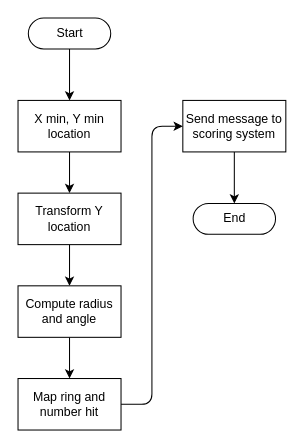
Earlier version of the draw.io diagram page "Map Dart Logic" (6 of 9) of imaging/documentation/Imaging_System_Schematics.drawio (kparlak/dart-scoring-system). Source tidied: cells renumbered, new cells numbered last; positions are measured from the earlier drawing's top-left corner, leaving out a move shared by most shapes. Both pictures are drawn from the tidied source at 103%, with x=0, y=0 at pixel (18, 18).
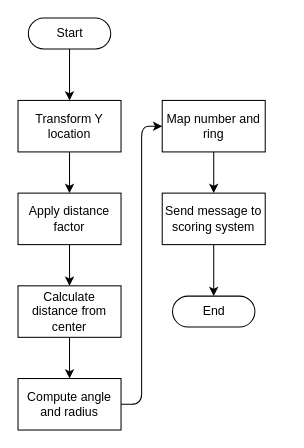
The same page after the edit.

Change to the diagram source:
```diff
@@
 <mxGraphModel>
   <root>
     <mxCell id="0" />
     <mxCell id="1" parent="0" />
-    <mxCell id="2" style="edgeStyle=orthogonalEdgeStyle;rounded=1;jettySize=auto;html=1;exitX=0.5;exitY=0.5;exitDx=0;exitDy=15;exitPerimeter=0;entryX=0.5;entryY=0;entryDx=0;entryDy=0;strokeColor=#000000;" parent="1" edge="1" source="3" target="5">
-      <mxGeometry relative="1" as="geometry" />
+    <mxCell id="2" style="edgeStyle=orthogonalEdgeStyle;rounded=1;jettySize=auto;html=1;exitX=0.5;exitY=0.5;exitDx=0;exitDy=15;exitPerimeter=0;entryX=0.5;entryY=0;entryDx=0;entryDy=0;strokeColor=#000000;" parent="1" edge="1" source="3">
+      <mxGeometry relative="1" as="geometry">
+        <mxPoint x="50" y="80" as="targetPoint" />
+      </mxGeometry>
     </mxCell>
     <mxCell id="3" value="Start" style="html=1;dashed=0;whitespace=wrap;shape=mxgraph.dfd.start;" parent="1" vertex="1">
       <mxGeometry x="10" width="80" height="30" as="geometry" />
     </mxCell>
-    <mxCell id="4" style="edgeStyle=orthogonalEdgeStyle;rounded=1;jettySize=auto;html=1;exitX=0.5;exitY=1;exitDx=0;exitDy=0;entryX=0.5;entryY=0;entryDx=0;entryDy=0;strokeColor=#000000;" parent="1" edge="1" source="5" target="7">
-      <mxGeometry relative="1" as="geometry" />
-    </mxCell>
-    <mxCell id="5" value="X min, Y min location" style="html=1;dashed=0;whitespace=wrap;whiteSpace=wrap;" parent="1" vertex="1">
-      <mxGeometry y="80" width="100" height="50" as="geometry" />
-    </mxCell>
-    <mxCell id="6" style="edgeStyle=orthogonalEdgeStyle;rounded=1;jettySize=auto;html=1;exitX=0.5;exitY=1;exitDx=0;exitDy=0;entryX=0.5;entryY=0;entryDx=0;entryDy=0;strokeColor=#000000;" parent="1" edge="1" source="7" target="9">
-      <mxGeometry relative="1" as="geometry" />
-    </mxCell>
+    <mxCell id="15" style="edgeStyle=orthogonalEdgeStyle;rounded=1;jettySize=auto;html=1;exitX=0.5;exitY=1;exitDx=0;exitDy=0;entryX=0.5;entryY=0;entryDx=0;entryDy=0;" parent="1" edge="1" source="7" target="17">
+      <mxGeometry relative="1" as="geometry" />
+    </mxCell>
     <mxCell id="7" value="Transform Y location" style="html=1;dashed=0;whitespace=wrap;whiteSpace=wrap;" parent="1" vertex="1">
-      <mxGeometry y="170" width="100" height="50" as="geometry" />
+      <mxGeometry y="80" width="100" height="50" as="geometry" />
     </mxCell>
-    <mxCell id="8" style="edgeStyle=orthogonalEdgeStyle;rounded=1;jettySize=auto;html=1;exitX=0.5;exitY=1;exitDx=0;exitDy=0;entryX=0.5;entryY=0;entryDx=0;entryDy=0;startArrow=none;startFill=0;endArrow=classic;endFill=1;strokeColor=#000000;fontSize=11;" parent="1" edge="1" source="9" target="14">
+    <mxCell id="8" style="edgeStyle=orthogonalEdgeStyle;rounded=1;jettySize=auto;html=1;entryX=0;entryY=0.5;entryDx=0;entryDy=0;exitX=1;exitY=0.5;exitDx=0;exitDy=0;" parent="1" edge="1" source="9" target="14">
       <mxGeometry relative="1" as="geometry" />
     </mxCell>
-    <mxCell id="9" value="Compute radius and angle" style="html=1;dashed=0;whitespace=wrap;whiteSpace=wrap;" parent="1" vertex="1">
-      <mxGeometry y="260" width="100" height="50" as="geometry" />
+    <mxCell id="9" value="Compute angle and radius" style="html=1;dashed=0;whitespace=wrap;whiteSpace=wrap;" parent="1" vertex="1">
+      <mxGeometry y="350" width="100" height="50" as="geometry" />
     </mxCell>
-    <mxCell id="10" style="edgeStyle=orthogonalEdgeStyle;rounded=1;jettySize=auto;html=1;exitX=0.5;exitY=1;exitDx=0;exitDy=0;entryX=0.5;entryY=0.5;entryDx=0;entryDy=-15;entryPerimeter=0;strokeColor=#000000;" parent="1" edge="1" source="11" target="12">
+    <mxCell id="10" style="edgeStyle=orthogonalEdgeStyle;rounded=1;jettySize=auto;html=1;exitX=0.5;exitY=1;exitDx=0;exitDy=0;entryX=0.5;entryY=0.5;entryDx=0;entryDy=-15;entryPerimeter=0;" parent="1" edge="1" source="11" target="12">
       <mxGeometry relative="1" as="geometry" />
     </mxCell>
     <mxCell id="11" value="Send message to scoring system" style="html=1;dashed=0;whitespace=wrap;whiteSpace=wrap;" parent="1" vertex="1">
-      <mxGeometry x="160" y="80" width="100" height="50" as="geometry" />
+      <mxGeometry x="140" y="170" width="100" height="50" as="geometry" />
     </mxCell>
     <mxCell id="12" value="End" style="html=1;dashed=0;whitespace=wrap;shape=mxgraph.dfd.start;" parent="1" vertex="1">
-      <mxGeometry x="170" y="180" width="80" height="30" as="geometry" />
+      <mxGeometry x="150" y="270" width="80" height="30" as="geometry" />
     </mxCell>
-    <mxCell id="13" style="edgeStyle=orthogonalEdgeStyle;rounded=1;jettySize=auto;html=1;exitX=1;exitY=0.5;exitDx=0;exitDy=0;entryX=0;entryY=0.5;entryDx=0;entryDy=0;startArrow=none;startFill=0;endArrow=classic;endFill=1;strokeColor=#000000;fontSize=11;" parent="1" edge="1" source="14" target="11">
+    <mxCell id="13" style="edgeStyle=orthogonalEdgeStyle;rounded=1;jettySize=auto;html=1;exitX=0.5;exitY=1;exitDx=0;exitDy=0;entryX=0.5;entryY=0;entryDx=0;entryDy=0;" parent="1" edge="1" source="14" target="11">
       <mxGeometry relative="1" as="geometry" />
     </mxCell>
-    <mxCell id="14" value="Map ring and number hit" style="html=1;dashed=0;whitespace=wrap;whiteSpace=wrap;" parent="1" vertex="1">
-      <mxGeometry y="350" width="100" height="50" as="geometry" />
+    <mxCell id="14" value="Map number and ring" style="html=1;dashed=0;whitespace=wrap;whiteSpace=wrap;" parent="1" vertex="1">
+      <mxGeometry x="140" y="80" width="100" height="50" as="geometry" />
     </mxCell>
+    <mxCell id="16" style="edgeStyle=orthogonalEdgeStyle;rounded=1;jettySize=auto;html=1;exitX=0.5;exitY=1;exitDx=0;exitDy=0;entryX=0.5;entryY=0;entryDx=0;entryDy=0;" parent="1" edge="1" source="17" target="19">
+      <mxGeometry relative="1" as="geometry" />
+    </mxCell>
+    <mxCell id="17" value="Apply distance factor" style="html=1;dashed=0;whitespace=wrap;whiteSpace=wrap;" parent="1" vertex="1">
+      <mxGeometry y="170" width="100" height="50" as="geometry" />
+    </mxCell>
+    <mxCell id="18" style="edgeStyle=orthogonalEdgeStyle;rounded=1;jettySize=auto;html=1;exitX=0.5;exitY=1;exitDx=0;exitDy=0;entryX=0.5;entryY=0;entryDx=0;entryDy=0;" parent="1" edge="1" source="19" target="9">
+      <mxGeometry relative="1" as="geometry" />
+    </mxCell>
+    <mxCell id="19" value="Calculate distance from center" style="html=1;dashed=0;whitespace=wrap;whiteSpace=wrap;" parent="1" vertex="1">
+      <mxGeometry y="260" width="100" height="50" as="geometry" />
+    </mxCell>
   </root>
 </mxGraphModel>
```
